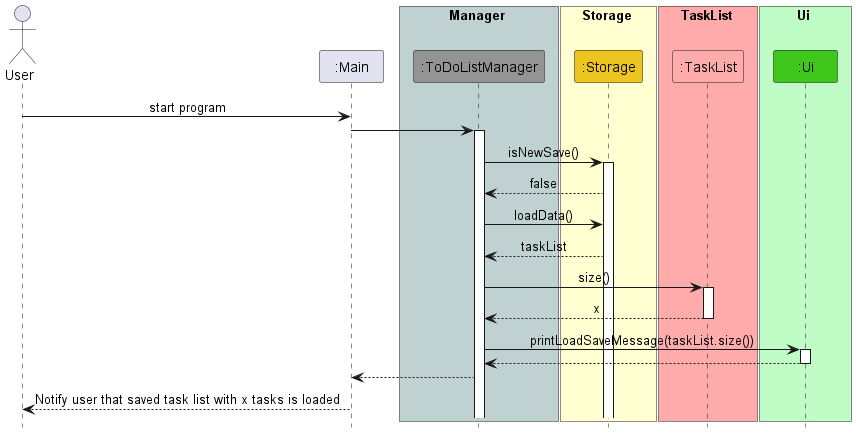
This is docs/images/StartUpStorageSequenceWithNoSaveFile.png from nus-cs2113-AY2223S2/tp, a PlantUML export, as it was before one commit.
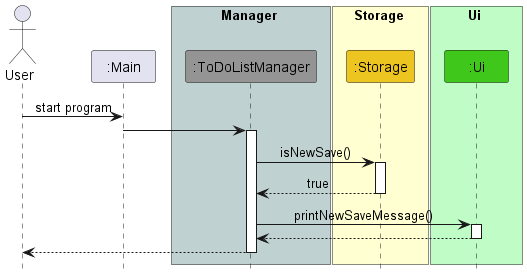
Above is the later version.

Diff of the diagram source:
```diff
@@ -13,10 +13,6 @@
 participant ":Storage" as Storage COLOR_STORAGE
 end box
 
-box TaskList COLOR_TASK_LIST_LIGHT
-participant ":TaskList" as TaskList COLOR_TASK_LIST_LIGHT
-end box
-
 box Ui COLOR_UI_LIGHT
 participant ":Ui" as Ui COLOR_UI
 
@@ -25,17 +21,12 @@
 activate ToDoListManager
 ToDoListManager -> Storage: isNewSave()
 activate Storage
-Storage --> ToDoListManager: false
-ToDoListManager -> Storage: loadData()
-Storage --> ToDoListManager: taskList
-ToDoListManager -> TaskList: size()
-activate TaskList
-TaskList --> ToDoListManager: x
-deactivate TaskList
-ToDoListManager -> Ui:printLoadSaveMessage(taskList.size())
+Storage --> ToDoListManager: true
+deactivate Storage
+ToDoListManager -> Ui: printNewSaveMessage()
 activate Ui
 Ui --> ToDoListManager
 deactivate Ui
-ToDoListManager --> Main
-Main --> User: Notify user that saved task list with x tasks is loaded
+ToDoListManager --> User
+deactivate ToDoListManager
 @enduml
```
